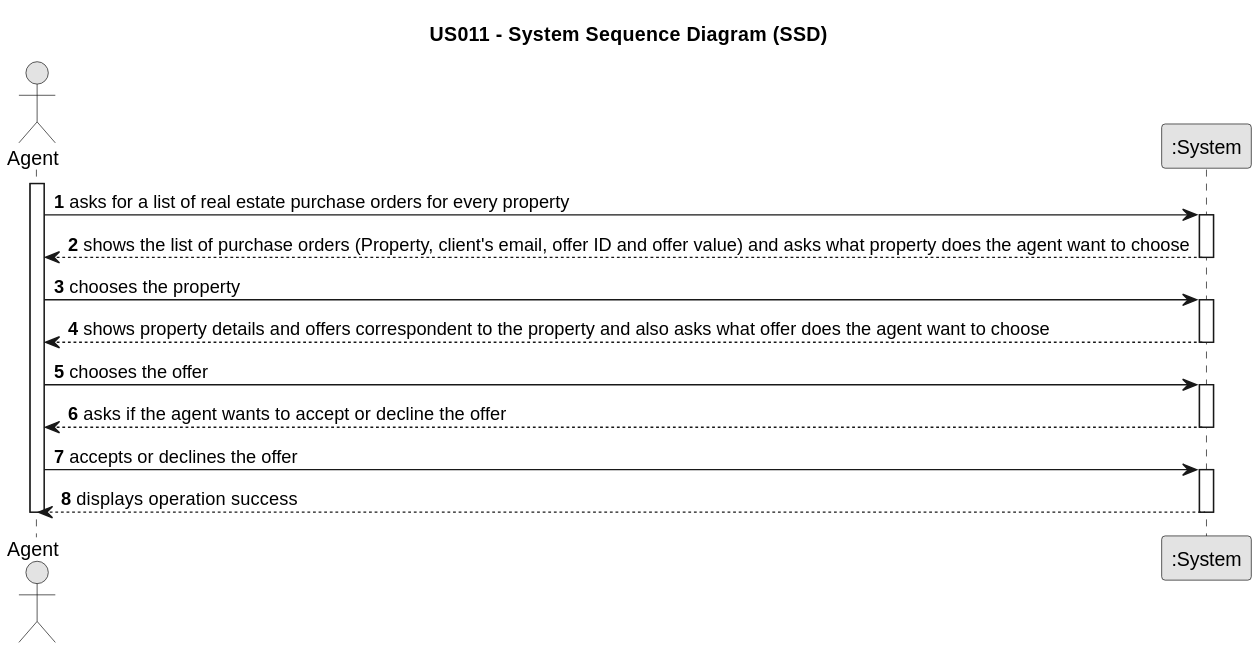
Before: docs/sprintC/US11/01.requirements-engineering/svg/us011-system-sequence-diagram.svg, a diagram exported from PlantUML (PureNimble/ISEP-LAPR2). Its diagram source:
```plantuml
@startuml

skinparam monochrome true
skinparam packageStyle rectangle
skinparam shadowing false

title US011 - System Sequence Diagram (SSD)

autonumber

actor "Agent" as agent
participant ":System" as sys

activate agent


agent -> sys : asks for a list of real estate purchase orders for every property
activate sys
sys --> agent : shows the list of purchase orders (Property, client's email, offer ID and offer value) and asks what property does the agent want to choose
deactivate sys

agent -> sys : chooses the property
activate sys
sys --> agent : shows property details and offers correspondent to the property and also asks what offer does the agent want to choose
deactivate sys

agent -> sys : chooses the offer
activate sys
sys --> agent : asks if the agent wants to accept or decline the offer
deactivate sys

agent -> sys : accepts or declines the offer
activate sys
sys --> agent : displays operation success
deactivate sys

deactivate agent
@enduml
```
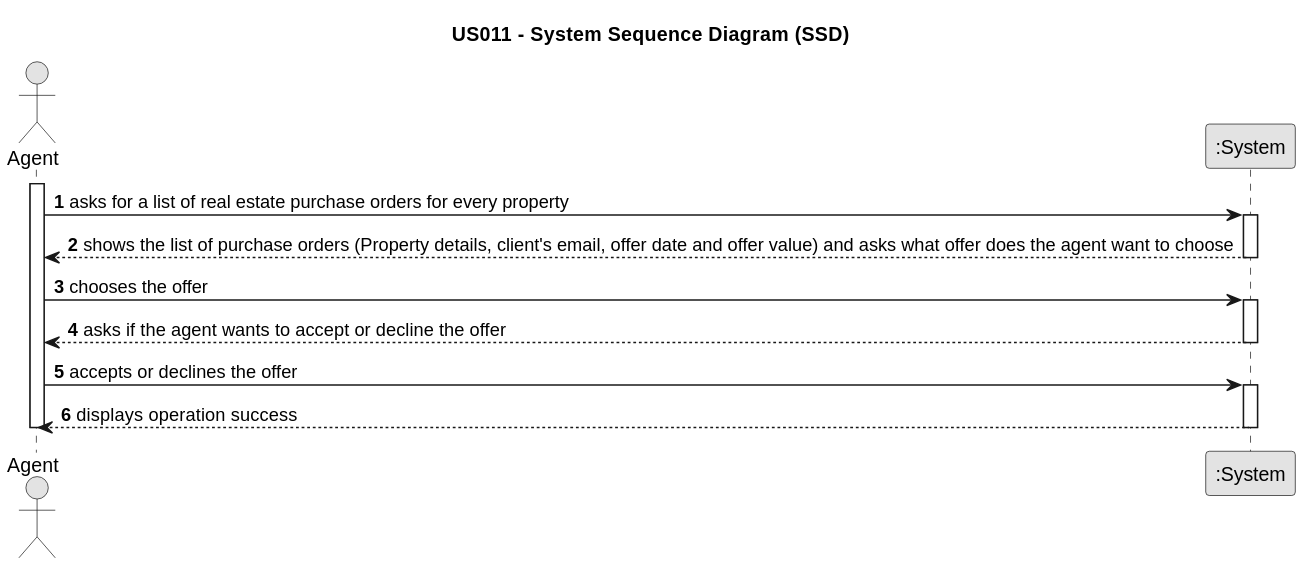
Later version of the same file.

Change to the diagram source:
```diff
@@ -16,12 +16,7 @@
 
 agent -> sys : asks for a list of real estate purchase orders for every property
 activate sys
-sys --> agent : shows the list of purchase orders (Property, client's email, offer ID and offer value) and asks what property does the agent want to choose
-deactivate sys
-
-agent -> sys : chooses the property
-activate sys
-sys --> agent : shows property details and offers correspondent to the property and also asks what offer does the agent want to choose
+sys --> agent : shows the list of purchase orders (Property details, client's email, offer date and offer value) and asks what offer does the agent want to choose
 deactivate sys
 
 agent -> sys : chooses the offer
```
